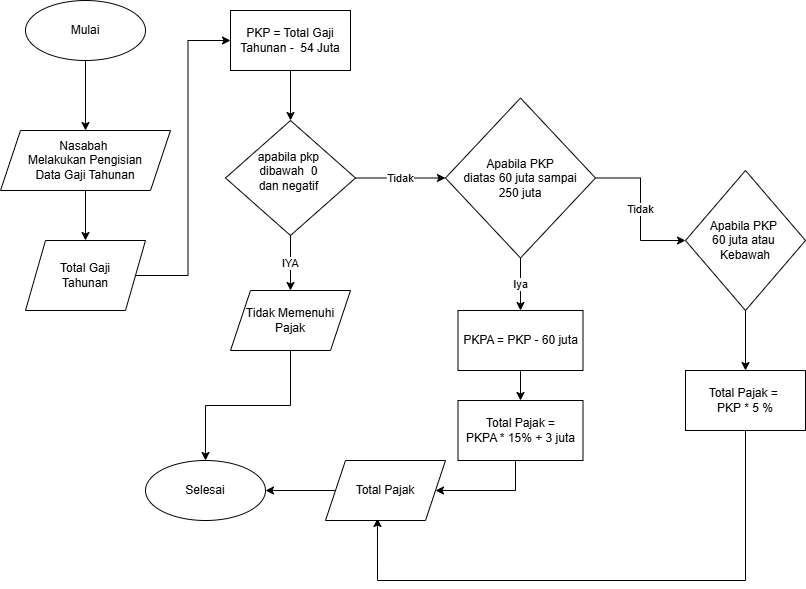
Earlier version of the draw.io export Challenge.png (rivando-al-rasyid/minitask-algoritma). Source tidied: cells renumbered, new cells last; positions are measured from the earlier drawing's top-left corner, leaving out a move shared by most shapes.
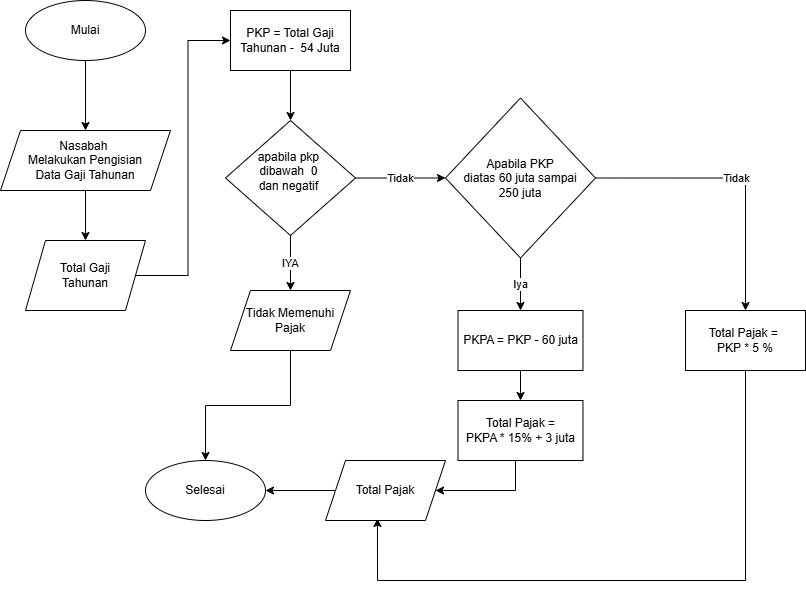
The same file after the commit.

Diff of the diagram source:
```diff
@@ -14,12 +14,6 @@
     <mxCell id="5" value="Nasabah&amp;nbsp;&lt;div&gt;Melakukan Pengisian&lt;/div&gt;&lt;div&gt;Data Gaji Tahunan&lt;/div&gt;" style="shape=parallelogram;perimeter=parallelogramPerimeter;whiteSpace=wrap;html=1;fixedSize=1;" parent="1" vertex="1">
       <mxGeometry y="130" width="170" height="60" as="geometry" />
     </mxCell>
-    <mxCell id="6" style="edgeStyle=orthogonalEdgeStyle;rounded=0;jettySize=auto;html=1;" parent="1" edge="1" source="7" target="16">
-      <mxGeometry relative="1" as="geometry" />
-    </mxCell>
-    <mxCell id="7" value="Apabila PKP&amp;nbsp;&lt;div&gt;&lt;span style=&quot;background-color: transparent; color: light-dark(rgb(0, 0, 0), rgb(255, 255, 255));&quot;&gt;60 juta atau&amp;nbsp;&lt;/span&gt;&lt;/div&gt;&lt;div&gt;&lt;span style=&quot;background-color: transparent; color: light-dark(rgb(0, 0, 0), rgb(255, 255, 255));&quot;&gt;Kebawah&lt;/span&gt;&lt;/div&gt;" style="rhombus;whiteSpace=wrap;html=1;" parent="1" vertex="1">
-      <mxGeometry x="685" y="170" width="120" height="140" as="geometry" />
-    </mxCell>
     <mxCell id="8" style="edgeStyle=orthogonalEdgeStyle;rounded=0;jettySize=auto;html=1;entryX=0;entryY=0.5;entryDx=0;entryDy=0;" parent="1" edge="1" source="9" target="11">
       <mxGeometry relative="1" as="geometry" />
     </mxCell>
@@ -32,7 +26,7 @@
     <mxCell id="11" value="PKP = Total Gaji&lt;div&gt;Tahunan -&amp;nbsp; 54 Juta&lt;/div&gt;" style="whiteSpace=wrap;html=1;" parent="1" vertex="1">
       <mxGeometry x="230" y="10" width="120" height="60" as="geometry" />
     </mxCell>
-    <mxCell id="12" value="Tidak" style="edgeStyle=orthogonalEdgeStyle;rounded=0;jettySize=auto;html=1;entryX=0;entryY=0.5;entryDx=0;entryDy=0;" parent="1" edge="1" source="14" target="7">
+    <mxCell id="12" value="Tidak" style="edgeStyle=orthogonalEdgeStyle;rounded=0;jettySize=auto;html=1;entryX=0.5;entryY=0;entryDx=0;entryDy=0;" parent="1" edge="1" source="14" target="16">
       <mxGeometry relative="1" as="geometry" />
     </mxCell>
     <mxCell id="13" value="Iya" style="edgeStyle=orthogonalEdgeStyle;rounded=0;jettySize=auto;html=1;" parent="1" edge="1" source="14" target="18">
@@ -50,7 +44,7 @@
       </mxGeometry>
     </mxCell>
     <mxCell id="16" value="Total Pajak =&amp;nbsp;&lt;div&gt;PKP * 5 %&lt;/div&gt;" style="whiteSpace=wrap;html=1;" parent="1" vertex="1">
-      <mxGeometry x="685" y="370" width="120" height="60" as="geometry" />
+      <mxGeometry x="685" y="310" width="120" height="60" as="geometry" />
     </mxCell>
     <mxCell id="17" style="edgeStyle=orthogonalEdgeStyle;rounded=0;jettySize=auto;html=1;" parent="1" edge="1" source="18" target="20">
       <mxGeometry relative="1" as="geometry" />
```
